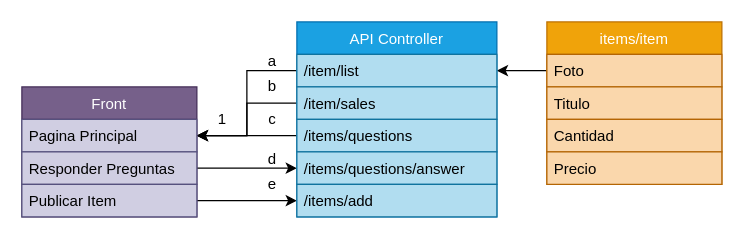
This is page "Page-1" (1 of 2) of Untitled Diagram.drawio from Chino976/go-meli-integration, a draw.io file, before an edit. Source tidied: cells renumbered, new cells numbered last; positions are measured from the earlier drawing's top-left corner, leaving out a move shared by most shapes. Both pictures are drawn from the tidied source at 125%, with x=0, y=0 at pixel (21, 21).
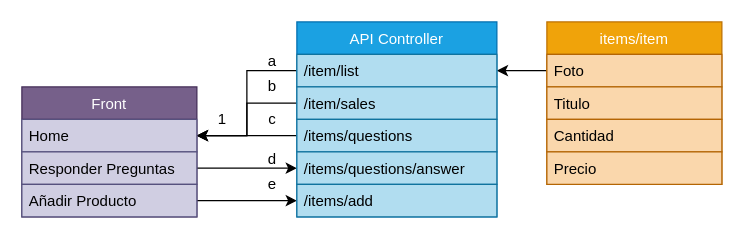
After the change.

The change refers to these unchanged cells:
```xml
<mxCell id="19" value="Front" style="swimlane;fontStyle=0;horizontal=1;startSize=26;fillColor=#76608a;strokeColor=#432D57;fontColor=#ffffff;" parent="1" vertex="1">
  <mxGeometry y="52" width="140" height="104" as="geometry" />
</mxCell>
```

Diff of the diagram source:
```diff
@@
-    <mxCell id="20" value="Pagina Principal" style="text;strokeColor=#56517e;fillColor=#d0cee2;align=left;verticalAlign=top;spacingLeft=4;spacingRight=4;overflow=hidden;points=[[0,0.5],[1,0.5]];portConstraint=eastwest;" parent="19" vertex="1">
+    <mxCell id="20" value="Home" style="text;strokeColor=#56517e;fillColor=#d0cee2;align=left;verticalAlign=top;spacingLeft=4;spacingRight=4;overflow=hidden;points=[[0,0.5],[1,0.5]];portConstraint=eastwest;" parent="19" vertex="1">
       <mxGeometry y="26" width="140" height="26" as="geometry" />
     </mxCell>
@@
-    <mxCell id="22" value="Publicar Item" style="text;strokeColor=#56517e;fillColor=#d0cee2;align=left;verticalAlign=top;spacingLeft=4;spacingRight=4;overflow=hidden;points=[[0,0.5],[1,0.5]];portConstraint=eastwest;" parent="19" vertex="1">
+    <mxCell id="22" value="Añadir Producto" style="text;strokeColor=#56517e;fillColor=#d0cee2;align=left;verticalAlign=top;spacingLeft=4;spacingRight=4;overflow=hidden;points=[[0,0.5],[1,0.5]];portConstraint=eastwest;" parent="19" vertex="1">
       <mxGeometry y="78" width="140" height="26" as="geometry" />
     </mxCell>
```
